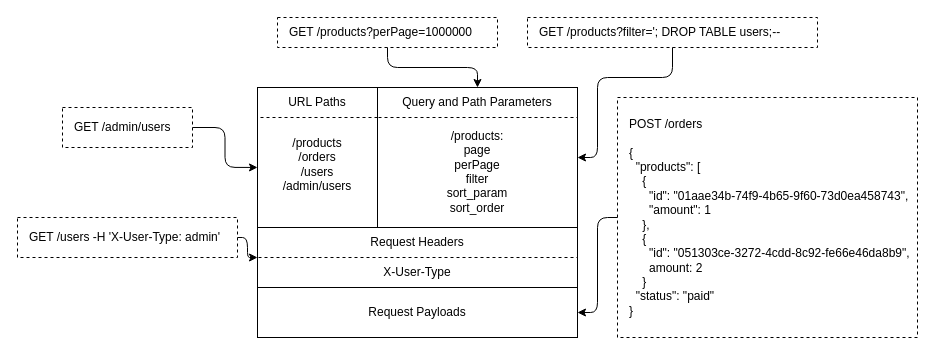
The draw.io diagram page "1.5" (5 of 6) of Untitled Diagram.drawio in abunuwas/secure-apis-images, before the edit. Source tidied: cells renumbered, new cells numbered last; positions are measured from the earlier drawing's top-left corner, leaving out a move shared by most shapes. Both pictures are drawn from the tidied source at 100%, with x=0, y=0 at pixel (17, 17).
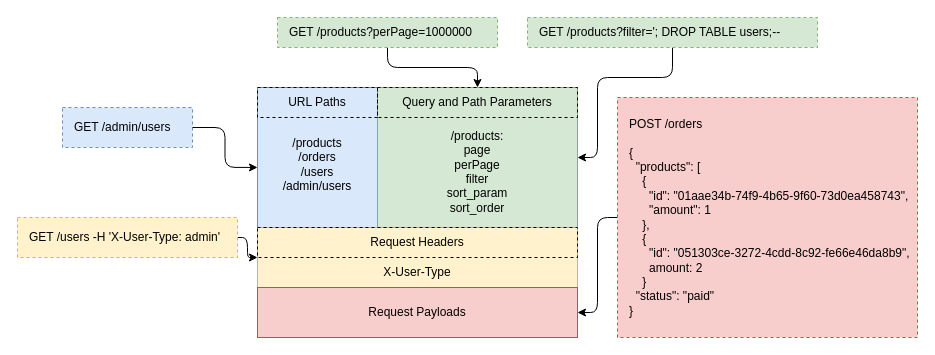
The same diagram, later.

Diff of the diagram source:
```diff
@@
-    <mxCell id="3" value="GET /products?filter='; DROP TABLE users;--" style="text;html=1;strokeColor=default;fillColor=none;align=left;verticalAlign=middle;whiteSpace=wrap;rounded=0;dashed=1;spacingLeft=10;" parent="1" vertex="1">
+    <mxCell id="3" value="GET /products?filter='; DROP TABLE users;--" style="text;html=1;strokeColor=#82b366;fillColor=#d5e8d4;align=left;verticalAlign=middle;whiteSpace=wrap;rounded=0;dashed=1;spacingLeft=10;" parent="1" vertex="1">
       <mxGeometry x="510" width="290" height="30" as="geometry" />
     </mxCell>
@@
-    <mxCell id="5" value="GET /products?perPage=1000000" style="text;html=1;strokeColor=default;fillColor=none;align=left;verticalAlign=middle;whiteSpace=wrap;rounded=0;dashed=1;spacingLeft=10;" parent="1" vertex="1">
+    <mxCell id="5" value="GET /products?perPage=1000000" style="text;html=1;strokeColor=#82b366;fillColor=#d5e8d4;align=left;verticalAlign=middle;whiteSpace=wrap;rounded=0;dashed=1;spacingLeft=10;" parent="1" vertex="1">
       <mxGeometry x="260" width="220" height="30" as="geometry" />
     </mxCell>
@@
-    <mxCell id="7" value="POST /orders&lt;br&gt;&lt;br&gt;&lt;div&gt;{&lt;/div&gt;&lt;div&gt;&amp;nbsp; &quot;products&quot;: [&lt;/div&gt;&lt;div&gt;&amp;nbsp; &amp;nbsp; {&lt;/div&gt;&lt;div&gt;&amp;nbsp; &amp;nbsp; &amp;nbsp; &quot;id&quot;: &quot;01aae34b-74f9-4b65-9f60-73d0ea458743&quot;,&lt;/div&gt;&lt;div&gt;&amp;nbsp; &amp;nbsp; &amp;nbsp; &quot;amount&quot;: 1&lt;/div&gt;&lt;div&gt;&amp;nbsp; &amp;nbsp; },&lt;/div&gt;&lt;div&gt;&amp;nbsp; &amp;nbsp; {&lt;/div&gt;&lt;div&gt;&amp;nbsp; &amp;nbsp; &amp;nbsp; &quot;id&quot;: &quot;051303ce-3272-4cdd-8c92-fe66e46da8b9&quot;,&lt;/div&gt;&lt;div&gt;&amp;nbsp; &amp;nbsp; &amp;nbsp; amount: 2&lt;/div&gt;&lt;div&gt;&amp;nbsp; &amp;nbsp; }&lt;/div&gt;&lt;div&gt;&amp;nbsp; &quot;status&quot;: &quot;paid&quot;&lt;/div&gt;&lt;div&gt;}&lt;/div&gt;" style="text;html=1;strokeColor=default;fillColor=none;align=left;verticalAlign=middle;whiteSpace=wrap;rounded=0;dashed=1;spacingLeft=10;" parent="1" vertex="1">
+    <mxCell id="7" value="POST /orders&lt;br&gt;&lt;br&gt;&lt;div&gt;{&lt;/div&gt;&lt;div&gt;&amp;nbsp; &quot;products&quot;: [&lt;/div&gt;&lt;div&gt;&amp;nbsp; &amp;nbsp; {&lt;/div&gt;&lt;div&gt;&amp;nbsp; &amp;nbsp; &amp;nbsp; &quot;id&quot;: &quot;01aae34b-74f9-4b65-9f60-73d0ea458743&quot;,&lt;/div&gt;&lt;div&gt;&amp;nbsp; &amp;nbsp; &amp;nbsp; &quot;amount&quot;: 1&lt;/div&gt;&lt;div&gt;&amp;nbsp; &amp;nbsp; },&lt;/div&gt;&lt;div&gt;&amp;nbsp; &amp;nbsp; {&lt;/div&gt;&lt;div&gt;&amp;nbsp; &amp;nbsp; &amp;nbsp; &quot;id&quot;: &quot;051303ce-3272-4cdd-8c92-fe66e46da8b9&quot;,&lt;/div&gt;&lt;div&gt;&amp;nbsp; &amp;nbsp; &amp;nbsp; amount: 2&lt;/div&gt;&lt;div&gt;&amp;nbsp; &amp;nbsp; }&lt;/div&gt;&lt;div&gt;&amp;nbsp; &quot;status&quot;: &quot;paid&quot;&lt;/div&gt;&lt;div&gt;}&lt;/div&gt;" style="text;html=1;strokeColor=#b85450;fillColor=#f8cecc;align=left;verticalAlign=middle;whiteSpace=wrap;rounded=0;dashed=1;spacingLeft=10;" parent="1" vertex="1">
       <mxGeometry x="600" y="80" width="300" height="240" as="geometry" />
     </mxCell>
@@
-    <mxCell id="9" value="GET /users -H 'X-User-Type: admin'" style="text;html=1;strokeColor=default;fillColor=none;align=left;verticalAlign=middle;whiteSpace=wrap;rounded=0;dashed=1;spacingLeft=10;" parent="1" vertex="1">
+    <mxCell id="9" value="GET /users -H 'X-User-Type: admin'" style="text;html=1;strokeColor=#d6b656;fillColor=#fff2cc;align=left;verticalAlign=middle;whiteSpace=wrap;rounded=0;dashed=1;spacingLeft=10;" parent="1" vertex="1">
       <mxGeometry y="200" width="220" height="40" as="geometry" />
     </mxCell>
-    <mxCell id="10" value="GET /admin/users" style="text;html=1;strokeColor=default;fillColor=none;align=left;verticalAlign=middle;whiteSpace=wrap;rounded=0;dashed=1;spacingLeft=10;" parent="1" vertex="1">
+    <mxCell id="10" value="GET /admin/users" style="text;html=1;strokeColor=#6c8ebf;fillColor=#dae8fc;align=left;verticalAlign=middle;whiteSpace=wrap;rounded=0;dashed=1;spacingLeft=10;" parent="1" vertex="1">
       <mxGeometry x="45" y="90" width="130" height="40" as="geometry" />
     </mxCell>
-    <mxCell id="11" value="&lt;br&gt;/products&lt;br&gt;/orders&lt;br&gt;/users&lt;br&gt;/admin/users" style="rounded=0;whiteSpace=wrap;html=1;" parent="1" vertex="1">
+    <mxCell id="11" value="&lt;br&gt;/products&lt;br&gt;/orders&lt;br&gt;/users&lt;br&gt;/admin/users" style="rounded=0;whiteSpace=wrap;html=1;fillColor=#dae8fc;strokeColor=#6c8ebf;" parent="1" vertex="1">
       <mxGeometry x="240" y="70" width="120" height="140" as="geometry" />
     </mxCell>
-    <mxCell id="12" value="&lt;br&gt;&lt;br&gt;/products:&lt;br&gt;page&lt;br&gt;perPage&lt;br&gt;filter&lt;br&gt;sort_param&lt;br&gt;sort_order" style="rounded=0;whiteSpace=wrap;html=1;" parent="1" vertex="1">
+    <mxCell id="12" value="&lt;br&gt;&lt;br&gt;/products:&lt;br&gt;page&lt;br&gt;perPage&lt;br&gt;filter&lt;br&gt;sort_param&lt;br&gt;sort_order" style="rounded=0;whiteSpace=wrap;html=1;fillColor=#d5e8d4;strokeColor=#82b366;" parent="1" vertex="1">
       <mxGeometry x="360" y="70" width="200" height="140" as="geometry" />
     </mxCell>
-    <mxCell id="13" value="&lt;br&gt;&lt;br&gt;X-User-Type" style="rounded=0;whiteSpace=wrap;html=1;" parent="1" vertex="1">
+    <mxCell id="13" value="&lt;br&gt;&lt;br&gt;X-User-Type" style="rounded=0;whiteSpace=wrap;html=1;fillColor=#fff2cc;strokeColor=#d6b656;" parent="1" vertex="1">
       <mxGeometry x="240" y="210" width="320" height="60" as="geometry" />
     </mxCell>
-    <mxCell id="14" value="Request Payloads" style="rounded=0;whiteSpace=wrap;html=1;" parent="1" vertex="1">
+    <mxCell id="14" value="Request Payloads" style="rounded=0;whiteSpace=wrap;html=1;fillColor=#f8cecc;strokeColor=#b85450;" parent="1" vertex="1">
       <mxGeometry x="240" y="270" width="320" height="50" as="geometry" />
     </mxCell>
```
